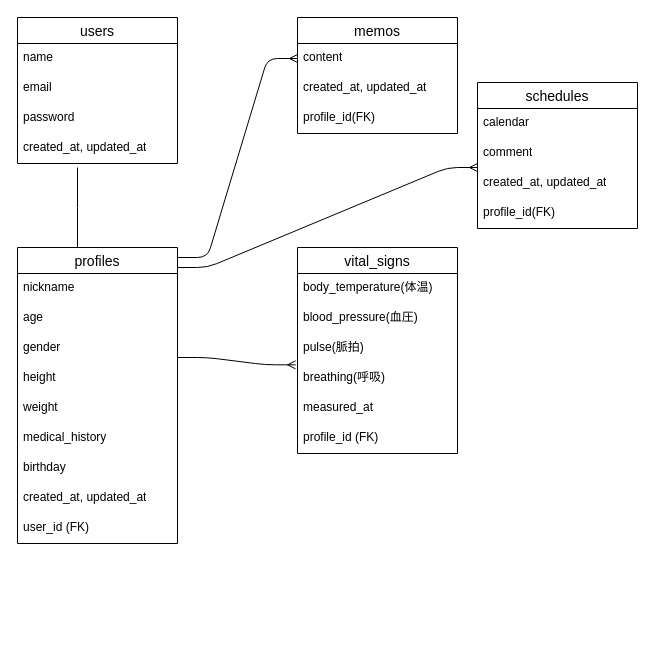
chia211/original_app keeps this draw.io diagram as er.dio. Above is the earlier version. Source tidied: cells renumbered, new cells numbered last; positions are measured from the earlier drawing's top-left corner, leaving out a move shared by most shapes. Both pictures are drawn from the tidied source at 100%, with x=0, y=0 at pixel (17, 17).
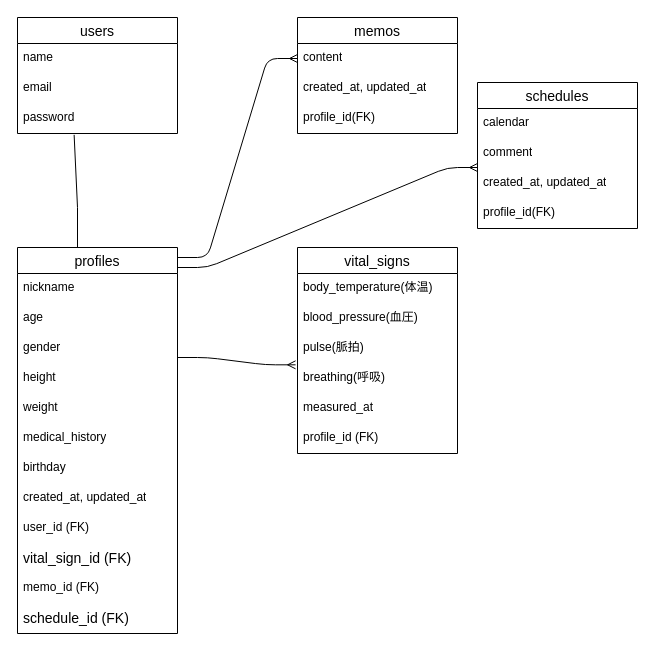
Above is the later version.

The change refers to these unchanged cells:
```xml
<mxCell id="5" value="password" style="text;strokeColor=none;fillColor=none;spacingLeft=4;spacingRight=4;overflow=hidden;points=[[0,0.5],[1,0.5]];portConstraint=eastwest;fontSize=12;whiteSpace=wrap;html=1;" parent="2" vertex="1">
  <mxGeometry y="86" width="160" height="30" as="geometry" />
</mxCell>
```

The edit, as a diff of the source:
```diff
@@
     <mxCell id="2" value="users" style="swimlane;fontStyle=0;horizontal=1;startSize=26;align=center;fontSize=14;" parent="1" vertex="1">
-      <mxGeometry width="160" height="146" as="geometry" />
+      <mxGeometry width="160" height="116" as="geometry" />
     </mxCell>
@@
-    <mxCell id="6" value="created_at, updated_at" style="text;strokeColor=none;fillColor=none;spacingLeft=4;spacingRight=4;overflow=hidden;fontSize=12;whiteSpace=wrap;html=1;" parent="2" vertex="1">
-      <mxGeometry y="116" width="160" height="30" as="geometry" />
-    </mxCell>
     <mxCell id="7" value="profiles" style="swimlane;fontStyle=0;horizontal=1;startSize=26;align=center;fontSize=14;" parent="1" vertex="1">
-      <mxGeometry y="230" width="160" height="296" as="geometry" />
+      <mxGeometry y="230" width="160" height="386" as="geometry" />
     </mxCell>
@@
+    <mxCell id="37" value="&lt;span style=&quot;color: rgb(0, 0, 0); font-size: 14px; text-align: center; text-wrap-mode: nowrap;&quot;&gt;vital_sign_id (FK)&lt;/span&gt;" style="text;strokeColor=none;fillColor=none;spacingLeft=4;spacingRight=4;overflow=hidden;fontSize=12;whiteSpace=wrap;html=1;" parent="7" vertex="1">
+      <mxGeometry y="296" width="160" height="30" as="geometry" />
+    </mxCell>
+    <mxCell id="38" value="memo_id (FK)" style="text;strokeColor=none;fillColor=none;spacingLeft=4;spacingRight=4;overflow=hidden;fontSize=12;whiteSpace=wrap;html=1;" parent="7" vertex="1">
+      <mxGeometry y="326" width="160" height="30" as="geometry" />
+    </mxCell>
+    <mxCell id="39" value="&lt;span style=&quot;color: rgb(0, 0, 0); font-size: 14px; text-align: center; text-wrap-mode: nowrap;&quot;&gt;schedule_id (FK)&lt;/span&gt;" style="text;strokeColor=none;fillColor=none;spacingLeft=4;spacingRight=4;overflow=hidden;fontSize=12;whiteSpace=wrap;html=1;" parent="7" vertex="1">
+      <mxGeometry y="356" width="160" height="30" as="geometry" />
+    </mxCell>
@@
-    <mxCell id="33" style="endArrow=none;html=1;rounded=0;entryX=0.375;entryY=0;entryDx=0;entryDy=0;entryPerimeter=0;" parent="1" edge="1" target="7">
+    <mxCell id="33" style="endArrow=none;html=1;rounded=0;entryX=0.375;entryY=0;entryDx=0;entryDy=0;entryPerimeter=0;exitX=0.354;exitY=1.044;exitDx=0;exitDy=0;exitPerimeter=0;" parent="1" edge="1" source="5" target="7">
       <mxGeometry relative="1" as="geometry">
-        <mxPoint x="60" y="150" as="sourcePoint" />
         <Array as="points">
           <mxPoint x="60" y="190" />
         </Array>
       </mxGeometry>
     </mxCell>
```
